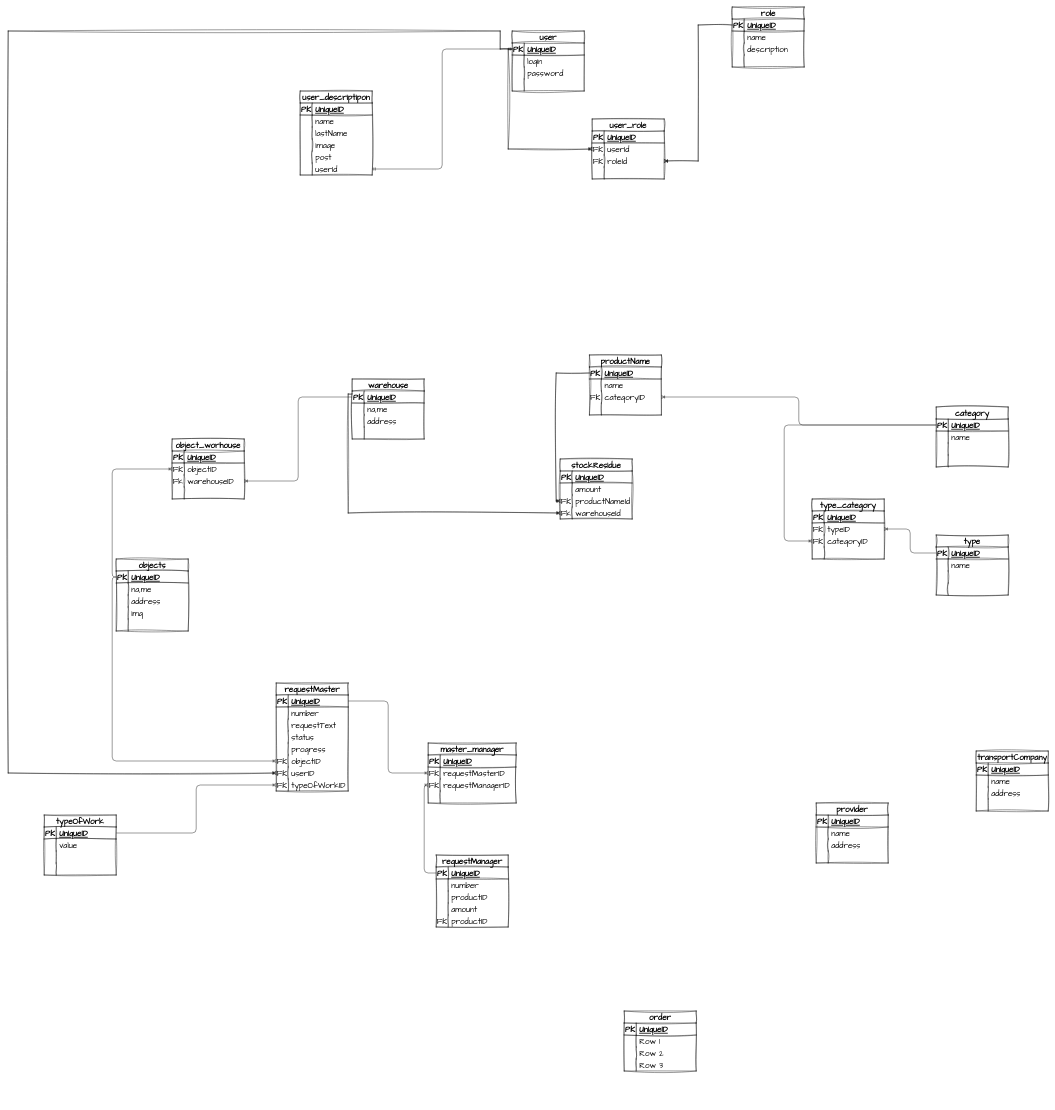
enot58/crm keeps this draw.io diagram as diagram.drawio. Above is the earlier version. Source tidied: cells renumbered, new cells numbered last; positions are measured from the earlier drawing's top-left corner, leaving out a move shared by most shapes. Both pictures are drawn from the tidied source at 40%, with x=0, y=0 at pixel (8, 7).
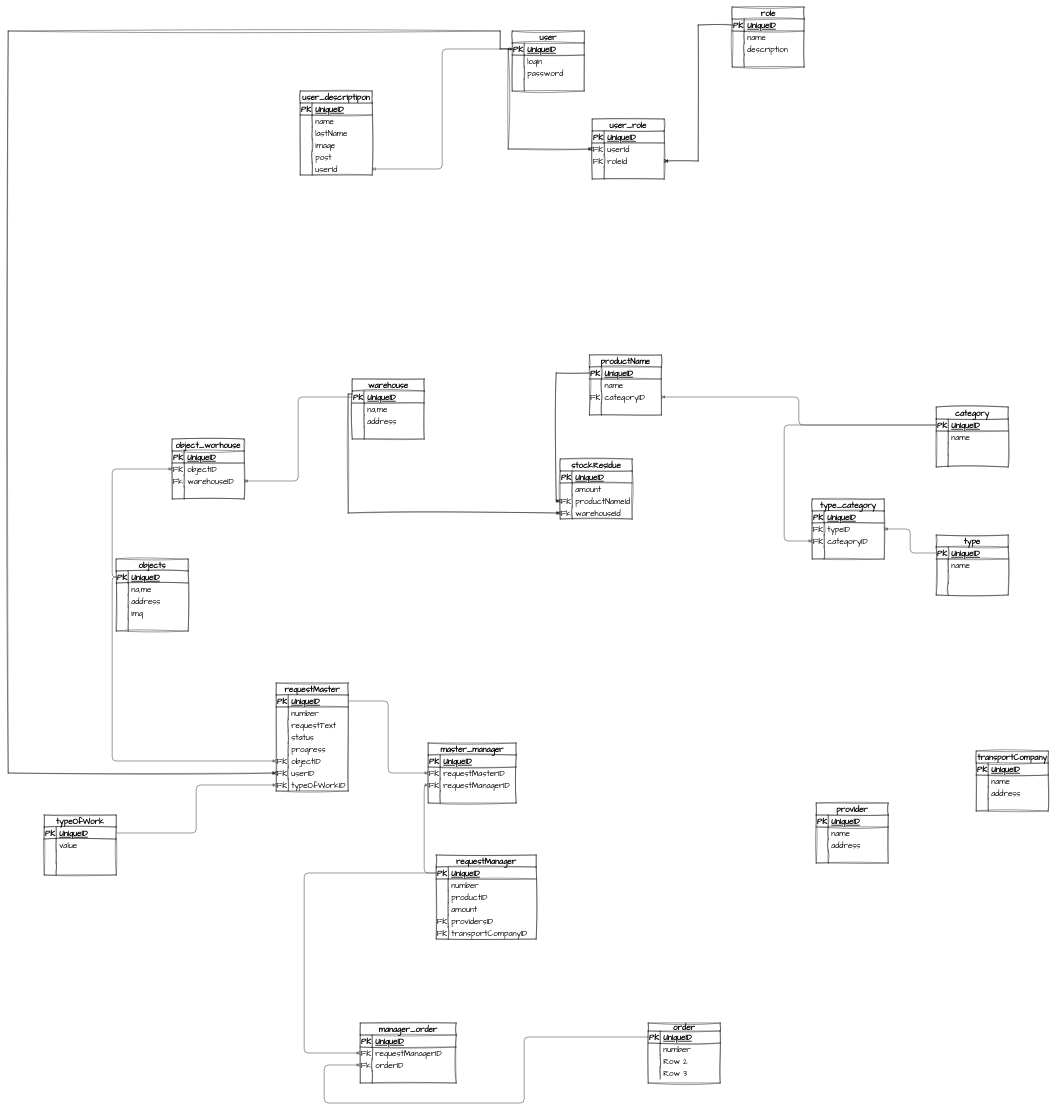
Above is the later version.

Change to the diagram source:
```diff
@@
-    <mxCell id="56" value="order" style="shape=table;startSize=30;childLayout=tableLayout;rowLines=0;fontStyle=1;align=center;sketch=1;hachureGap=4;jiggle=2;curveFitting=1;fontFamily=Architects Daughter;fontSize=20;" parent="1" vertex="1">
-      <mxGeometry x="1540" y="2510" width="180" height="150" as="geometry" />
+    <mxCell id="56" value="order" style="shape=table;startSize=20;childLayout=tableLayout;rowLines=0;fontStyle=1;align=center;sketch=1;hachureGap=4;jiggle=2;curveFitting=1;fontFamily=Architects Daughter;fontSize=20;" parent="1" vertex="1">
+      <mxGeometry x="1600" y="2540" width="180" height="150" as="geometry" />
     </mxCell>
     <mxCell id="57" style="shape=tableRow;horizontal=0;startSize=0;swimlaneHead=0;swimlaneBody=0;fillColor=none;points=[[0,0.5],[1,0.5]];portConstraint=eastwest;top=0;left=0;right=0;bottom=1;sketch=1;hachureGap=4;jiggle=2;curveFitting=1;fontFamily=Architects Daughter;fontSize=20;" parent="56" vertex="1">
-      <mxGeometry y="30" width="180" height="30" as="geometry" />
+      <mxGeometry y="20" width="180" height="30" as="geometry" />
     </mxCell>
@@
     <mxCell id="60" style="shape=tableRow;horizontal=0;startSize=0;swimlaneHead=0;swimlaneBody=0;fillColor=none;top=0;left=0;right=0;bottom=0;sketch=1;hachureGap=4;jiggle=2;curveFitting=1;fontFamily=Architects Daughter;fontSize=20;" parent="56" vertex="1">
-      <mxGeometry y="60" width="180" height="30" as="geometry" />
+      <mxGeometry y="50" width="180" height="30" as="geometry" />
     </mxCell>
@@
-    <mxCell id="62" value="Row 1" style="shape=partialRectangle;fillColor=none;top=0;left=0;bottom=0;right=0;align=left;spacingLeft=6;overflow=hidden;sketch=1;hachureGap=4;jiggle=2;curveFitting=1;fontFamily=Architects Daughter;fontSize=20;" parent="60" vertex="1">
+    <mxCell id="62" value="number" style="shape=partialRectangle;fillColor=none;top=0;left=0;bottom=0;right=0;align=left;spacingLeft=6;overflow=hidden;sketch=1;hachureGap=4;jiggle=2;curveFitting=1;fontFamily=Architects Daughter;fontSize=20;" parent="60" vertex="1">
       <mxGeometry x="30" width="150" height="30" as="geometry" />
     </mxCell>
     <mxCell id="63" style="shape=tableRow;horizontal=0;startSize=0;swimlaneHead=0;swimlaneBody=0;fillColor=none;top=0;left=0;right=0;bottom=0;sketch=1;hachureGap=4;jiggle=2;curveFitting=1;fontFamily=Architects Daughter;fontSize=20;" parent="56" vertex="1">
-      <mxGeometry y="90" width="180" height="30" as="geometry" />
+      <mxGeometry y="80" width="180" height="30" as="geometry" />
     </mxCell>
@@
     <mxCell id="66" style="shape=tableRow;horizontal=0;startSize=0;swimlaneHead=0;swimlaneBody=0;fillColor=none;top=0;left=0;right=0;bottom=0;sketch=1;hachureGap=4;jiggle=2;curveFitting=1;fontFamily=Architects Daughter;fontSize=20;" parent="56" vertex="1">
-      <mxGeometry y="120" width="180" height="30" as="geometry" />
+      <mxGeometry y="110" width="180" height="30" as="geometry" />
     </mxCell>
@@
     <mxCell id="82" value="requestManager" style="shape=table;startSize=30;childLayout=tableLayout;rowLines=0;fontStyle=1;align=center;sketch=1;hachureGap=4;jiggle=2;curveFitting=1;fontFamily=Architects Daughter;fontSize=20;" parent="1" vertex="1">
-      <mxGeometry x="1070" y="2120" width="180" height="180" as="geometry" />
+      <mxGeometry x="1070" y="2120" width="250" height="210" as="geometry" />
     </mxCell>
     <mxCell id="83" style="shape=tableRow;horizontal=0;startSize=0;swimlaneHead=0;swimlaneBody=0;fillColor=none;points=[[0,0.5],[1,0.5]];portConstraint=eastwest;top=0;left=0;right=0;bottom=1;sketch=1;hachureGap=4;jiggle=2;curveFitting=1;fontFamily=Architects Daughter;fontSize=20;" parent="82" vertex="1">
-      <mxGeometry y="30" width="180" height="30" as="geometry" />
+      <mxGeometry y="30" width="250" height="30" as="geometry" />
     </mxCell>
@@
     <mxCell id="85" value="UniqueID" style="shape=partialRectangle;fillColor=none;top=0;left=0;bottom=0;right=0;align=left;spacingLeft=6;fontStyle=5;overflow=hidden;sketch=1;hachureGap=4;jiggle=2;curveFitting=1;fontFamily=Architects Daughter;fontSize=20;" parent="83" vertex="1">
-      <mxGeometry x="30" width="150" height="30" as="geometry" />
+      <mxGeometry x="30" width="220" height="30" as="geometry" />
     </mxCell>
     <mxCell id="86" style="shape=tableRow;horizontal=0;startSize=0;swimlaneHead=0;swimlaneBody=0;fillColor=none;top=0;left=0;right=0;bottom=0;sketch=1;hachureGap=4;jiggle=2;curveFitting=1;fontFamily=Architects Daughter;fontSize=20;" parent="82" vertex="1">
-      <mxGeometry y="60" width="180" height="30" as="geometry" />
+      <mxGeometry y="60" width="250" height="30" as="geometry" />
     </mxCell>
@@
     <mxCell id="88" value="number" style="shape=partialRectangle;fillColor=none;top=0;left=0;bottom=0;right=0;align=left;spacingLeft=6;overflow=hidden;sketch=1;hachureGap=4;jiggle=2;curveFitting=1;fontFamily=Architects Daughter;fontSize=20;" parent="86" vertex="1">
-      <mxGeometry x="30" width="150" height="30" as="geometry" />
+      <mxGeometry x="30" width="220" height="30" as="geometry" />
     </mxCell>
     <mxCell id="89" style="shape=tableRow;horizontal=0;startSize=0;swimlaneHead=0;swimlaneBody=0;fillColor=none;top=0;left=0;right=0;bottom=0;sketch=1;hachureGap=4;jiggle=2;curveFitting=1;fontFamily=Architects Daughter;fontSize=20;" parent="82" vertex="1">
-      <mxGeometry y="90" width="180" height="30" as="geometry" />
+      <mxGeometry y="90" width="250" height="30" as="geometry" />
     </mxCell>
@@
     <mxCell id="91" value="productID" style="shape=partialRectangle;fillColor=none;top=0;left=0;bottom=0;right=0;align=left;spacingLeft=6;overflow=hidden;sketch=1;hachureGap=4;jiggle=2;curveFitting=1;fontFamily=Architects Daughter;fontSize=20;" parent="89" vertex="1">
-      <mxGeometry x="30" width="150" height="30" as="geometry" />
+      <mxGeometry x="30" width="220" height="30" as="geometry" />
     </mxCell>
     <mxCell id="92" style="shape=tableRow;horizontal=0;startSize=0;swimlaneHead=0;swimlaneBody=0;fillColor=none;top=0;left=0;right=0;bottom=0;sketch=1;hachureGap=4;jiggle=2;curveFitting=1;fontFamily=Architects Daughter;fontSize=20;" parent="82" vertex="1">
-      <mxGeometry y="120" width="180" height="30" as="geometry" />
+      <mxGeometry y="120" width="250" height="30" as="geometry" />
     </mxCell>
@@
     <mxCell id="94" value="amount" style="shape=partialRectangle;fillColor=none;top=0;left=0;bottom=0;right=0;align=left;spacingLeft=6;overflow=hidden;sketch=1;hachureGap=4;jiggle=2;curveFitting=1;fontFamily=Architects Daughter;fontSize=20;" parent="92" vertex="1">
-      <mxGeometry x="30" width="150" height="30" as="geometry" />
+      <mxGeometry x="30" width="220" height="30" as="geometry" />
     </mxCell>
     <mxCell id="95" style="shape=tableRow;horizontal=0;startSize=0;swimlaneHead=0;swimlaneBody=0;fillColor=none;top=0;left=0;right=0;bottom=0;sketch=1;hachureGap=4;jiggle=2;curveFitting=1;fontFamily=Architects Daughter;fontSize=20;" parent="82" vertex="1">
-      <mxGeometry y="150" width="180" height="30" as="geometry" />
+      <mxGeometry y="150" width="250" height="30" as="geometry" />
     </mxCell>
@@
-    <mxCell id="97" value="productID" style="shape=partialRectangle;fillColor=none;top=0;left=0;bottom=0;right=0;align=left;spacingLeft=6;overflow=hidden;sketch=1;hachureGap=4;jiggle=2;curveFitting=1;fontFamily=Architects Daughter;fontSize=20;" parent="95" vertex="1">
-      <mxGeometry x="30" width="150" height="30" as="geometry" />
+    <mxCell id="97" value="providersID" style="shape=partialRectangle;fillColor=none;top=0;left=0;bottom=0;right=0;align=left;spacingLeft=6;overflow=hidden;sketch=1;hachureGap=4;jiggle=2;curveFitting=1;fontFamily=Architects Daughter;fontSize=20;" parent="95" vertex="1">
+      <mxGeometry x="30" width="220" height="30" as="geometry" />
     </mxCell>
+    <mxCell id="288" style="shape=tableRow;horizontal=0;startSize=0;swimlaneHead=0;swimlaneBody=0;fillColor=none;top=0;left=0;right=0;bottom=0;sketch=1;hachureGap=4;jiggle=2;curveFitting=1;fontFamily=Architects Daughter;fontSize=20;" parent="82" vertex="1">
+      <mxGeometry y="180" width="250" height="30" as="geometry" />
+    </mxCell>
+    <mxCell id="289" value="FK" style="shape=partialRectangle;fillColor=none;top=0;left=0;bottom=0;right=0;overflow=hidden;sketch=1;hachureGap=4;jiggle=2;curveFitting=1;fontFamily=Architects Daughter;fontSize=20;" parent="288" vertex="1">
+      <mxGeometry width="30" height="30" as="geometry" />
+    </mxCell>
+    <mxCell id="290" value="transportCompanyID" style="shape=partialRectangle;fillColor=none;top=0;left=0;bottom=0;right=0;align=left;spacingLeft=6;overflow=hidden;sketch=1;hachureGap=4;jiggle=2;curveFitting=1;fontFamily=Architects Daughter;fontSize=20;" parent="288" vertex="1">
+      <mxGeometry x="30" width="220" height="30" as="geometry" />
+    </mxCell>
@@
+    <mxCell id="291" value="manager_order" style="shape=table;startSize=30;childLayout=tableLayout;rowLines=0;fontStyle=1;align=center;sketch=1;hachureGap=4;jiggle=2;curveFitting=1;fontFamily=Architects Daughter;fontSize=20;" parent="1" vertex="1">
+      <mxGeometry x="880" y="2540" width="240" height="150" as="geometry" />
+    </mxCell>
+    <mxCell id="292" style="shape=tableRow;horizontal=0;startSize=0;swimlaneHead=0;swimlaneBody=0;fillColor=none;top=0;left=0;right=0;bottom=1;sketch=1;hachureGap=4;jiggle=2;curveFitting=1;fontFamily=Architects Daughter;fontSize=20;" parent="291" vertex="1">
+      <mxGeometry y="30" width="240" height="30" as="geometry" />
+    </mxCell>
+    <mxCell id="293" value="PK" style="shape=partialRectangle;fillColor=none;top=0;left=0;bottom=0;right=0;fontStyle=1;overflow=hidden;sketch=1;hachureGap=4;jiggle=2;curveFitting=1;fontFamily=Architects Daughter;fontSize=20;" parent="292" vertex="1">
+      <mxGeometry width="30" height="30" as="geometry" />
+    </mxCell>
+    <mxCell id="294" value="UniqueID" style="shape=partialRectangle;fillColor=none;top=0;left=0;bottom=0;right=0;align=left;spacingLeft=6;fontStyle=5;overflow=hidden;sketch=1;hachureGap=4;jiggle=2;curveFitting=1;fontFamily=Architects Daughter;fontSize=20;" parent="292" vertex="1">
+      <mxGeometry x="30" width="210" height="30" as="geometry" />
+    </mxCell>
+    <mxCell id="295" style="shape=tableRow;horizontal=0;startSize=0;swimlaneHead=0;swimlaneBody=0;fillColor=none;points=[[0,0.5],[1,0.5]];portConstraint=eastwest;top=0;left=0;right=0;bottom=0;sketch=1;hachureGap=4;jiggle=2;curveFitting=1;fontFamily=Architects Daughter;fontSize=20;" parent="291" vertex="1">
+      <mxGeometry y="60" width="240" height="30" as="geometry" />
+    </mxCell>
+    <mxCell id="296" value="FK" style="shape=partialRectangle;fillColor=none;top=0;left=0;bottom=0;right=0;overflow=hidden;sketch=1;hachureGap=4;jiggle=2;curveFitting=1;fontFamily=Architects Daughter;fontSize=20;" parent="295" vertex="1">
+      <mxGeometry width="30" height="30" as="geometry" />
+    </mxCell>
+    <mxCell id="297" value="requestManagerID" style="shape=partialRectangle;fillColor=none;top=0;left=0;bottom=0;right=0;align=left;spacingLeft=6;overflow=hidden;sketch=1;hachureGap=4;jiggle=2;curveFitting=1;fontFamily=Architects Daughter;fontSize=20;" parent="295" vertex="1">
+      <mxGeometry x="30" width="210" height="30" as="geometry" />
+    </mxCell>
+    <mxCell id="298" style="shape=tableRow;horizontal=0;startSize=0;swimlaneHead=0;swimlaneBody=0;fillColor=none;points=[[0,0.5],[1,0.5]];portConstraint=eastwest;top=0;left=0;right=0;bottom=0;sketch=1;hachureGap=4;jiggle=2;curveFitting=1;fontFamily=Architects Daughter;fontSize=20;" parent="291" vertex="1">
+      <mxGeometry y="90" width="240" height="30" as="geometry" />
+    </mxCell>
+    <mxCell id="299" value="Fk" style="shape=partialRectangle;fillColor=none;top=0;left=0;bottom=0;right=0;overflow=hidden;sketch=1;hachureGap=4;jiggle=2;curveFitting=1;fontFamily=Architects Daughter;fontSize=20;" parent="298" vertex="1">
+      <mxGeometry width="30" height="30" as="geometry" />
+    </mxCell>
+    <mxCell id="300" value="orderID" style="shape=partialRectangle;fillColor=none;top=0;left=0;bottom=0;right=0;align=left;spacingLeft=6;overflow=hidden;sketch=1;hachureGap=4;jiggle=2;curveFitting=1;fontFamily=Architects Daughter;fontSize=20;" parent="298" vertex="1">
+      <mxGeometry x="30" width="210" height="30" as="geometry" />
+    </mxCell>
+    <mxCell id="301" style="shape=tableRow;horizontal=0;startSize=0;swimlaneHead=0;swimlaneBody=0;fillColor=none;top=0;left=0;right=0;bottom=0;sketch=1;hachureGap=4;jiggle=2;curveFitting=1;fontFamily=Architects Daughter;fontSize=20;" parent="291" vertex="1">
+      <mxGeometry y="120" width="240" height="30" as="geometry" />
+    </mxCell>
+    <mxCell id="302" style="shape=partialRectangle;fillColor=none;top=0;left=0;bottom=0;right=0;overflow=hidden;sketch=1;hachureGap=4;jiggle=2;curveFitting=1;fontFamily=Architects Daughter;fontSize=20;" parent="301" vertex="1">
+      <mxGeometry width="30" height="30" as="geometry" />
+    </mxCell>
+    <mxCell id="303" style="shape=partialRectangle;fillColor=none;top=0;left=0;bottom=0;right=0;align=left;spacingLeft=6;overflow=hidden;sketch=1;hachureGap=4;jiggle=2;curveFitting=1;fontFamily=Architects Daughter;fontSize=20;" parent="301" vertex="1">
+      <mxGeometry x="30" width="210" height="30" as="geometry" />
+    </mxCell>
+    <mxCell id="304" style="edgeStyle=orthogonalEdgeStyle;fontSize=12;html=1;endArrow=ERoneToMany;elbow=vertical;exitX=0;exitY=0.5;exitDx=0;exitDy=0;entryX=0;entryY=0.5;entryDx=0;entryDy=0;" parent="1" edge="1" source="83" target="295">
+      <mxGeometry relative="1" as="geometry">
+        <Array as="points">
+          <mxPoint x="740" y="2165" />
+          <mxPoint x="740" y="2615" />
+        </Array>
+      </mxGeometry>
+    </mxCell>
+    <mxCell id="305" style="edgeStyle=orthogonalEdgeStyle;fontSize=12;html=1;endArrow=ERoneToMany;elbow=vertical;exitX=0;exitY=0.5;exitDx=0;exitDy=0;entryX=0;entryY=0.5;entryDx=0;entryDy=0;" parent="1" edge="1" source="57" target="298">
+      <mxGeometry relative="1" as="geometry">
+        <Array as="points">
+          <mxPoint x="1290" y="2575" />
+          <mxPoint x="1290" y="2740" />
+          <mxPoint x="790" y="2740" />
+          <mxPoint x="790" y="2645" />
+        </Array>
+      </mxGeometry>
+    </mxCell>
```
